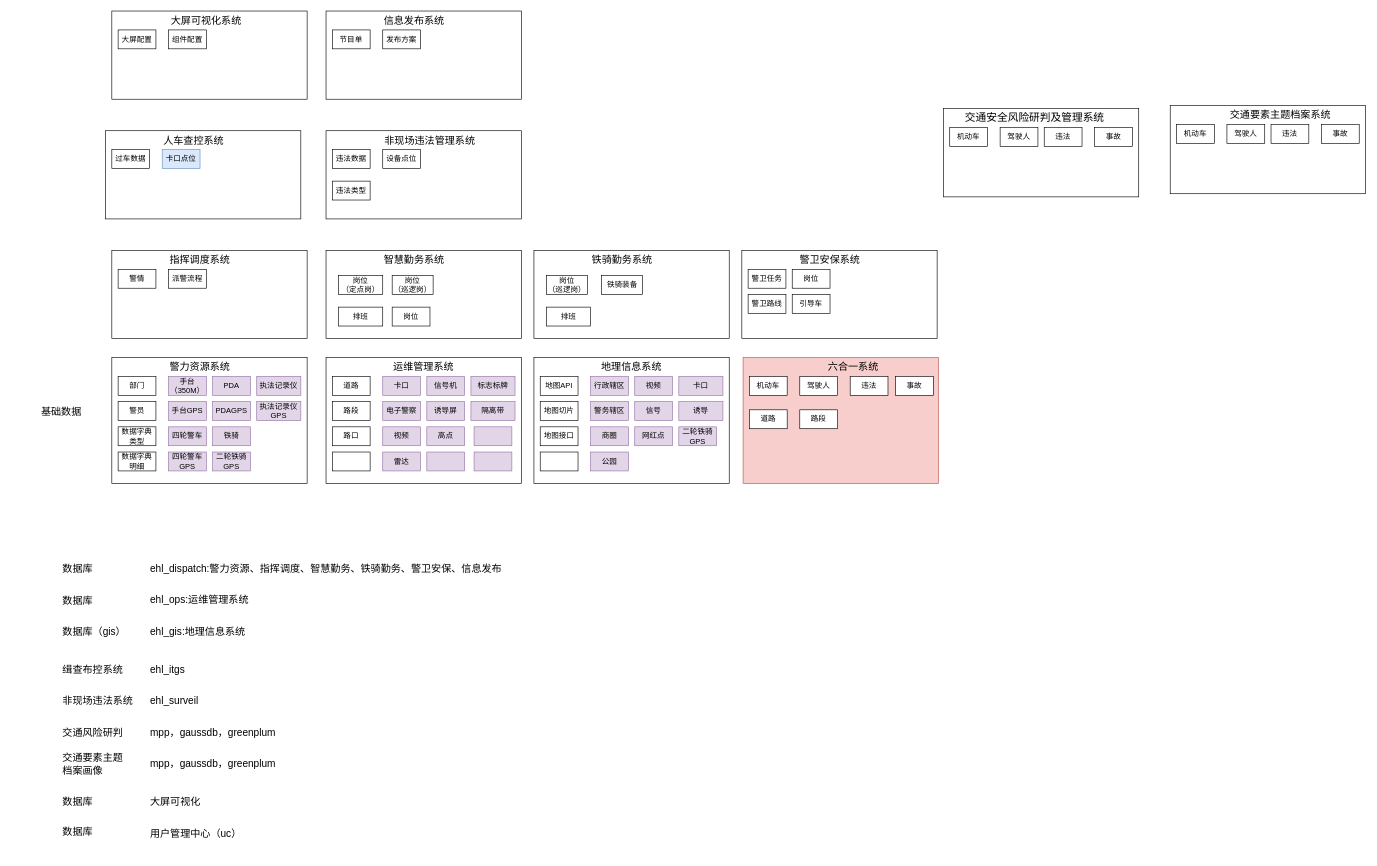
The draw.io diagram page "架构图" (2 of 3) of 未命名绘图.drawio in bj-ehualu/drawio, before the edit. Source tidied: cells renumbered, new cells numbered last; positions are measured from the earlier drawing's top-left corner, leaving out a move shared by most shapes. Both pictures are drawn from the tidied source at 63%, with x=0, y=0 at pixel (30, 11).
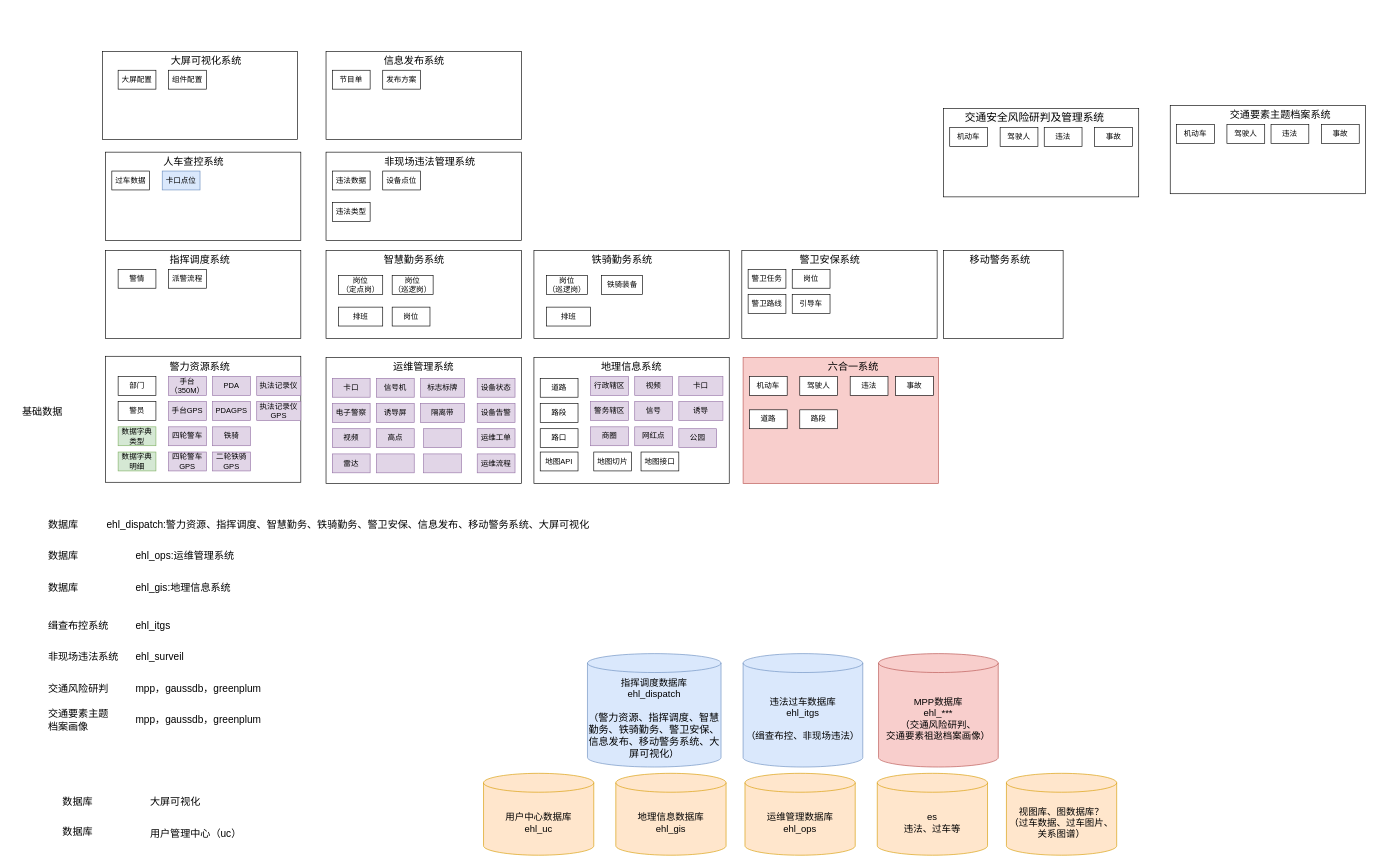
After the change.

What changed in the source:
```diff
@@
+    <mxCell id="41" style="rounded=0;whiteSpace=wrap;html=1;" parent="1" vertex="1">
+      <mxGeometry x="800" y="550" width="310" height="200" as="geometry" />
+    </mxCell>
     <mxCell id="2" style="rounded=0;whiteSpace=wrap;html=1;" parent="1" vertex="1">
-      <mxGeometry x="130" y="380" width="310" height="140" as="geometry" />
+      <mxGeometry x="120" y="380" width="310" height="140" as="geometry" />
     </mxCell>
@@
     <mxCell id="5" style="rounded=0;whiteSpace=wrap;html=1;" parent="1" vertex="1">
-      <mxGeometry x="130" y="550" width="310" height="200" as="geometry" />
+      <mxGeometry x="120" y="548" width="310" height="200" as="geometry" />
     </mxCell>
     <mxCell id="6" value="基础数据" style="text;html=1;align=center;verticalAlign=middle;whiteSpace=wrap;rounded=0;fontSize=16;" parent="1" vertex="1">
-      <mxGeometry y="620" width="100" height="30" as="geometry" />
+      <mxGeometry x="-30" y="620" width="100" height="30" as="geometry" />
     </mxCell>
@@
-    <mxCell id="22" value="数据字典&lt;div&gt;类型&lt;/div&gt;" style="rounded=0;whiteSpace=wrap;html=1;" parent="1" vertex="1">
+    <mxCell id="22" value="数据字典&lt;div&gt;类型&lt;/div&gt;" style="rounded=0;whiteSpace=wrap;html=1;fillColor=#d5e8d4;strokeColor=#82b366;" parent="1" vertex="1">
       <mxGeometry x="140" y="660" width="60" height="30" as="geometry" />
     </mxCell>
-    <mxCell id="23" value="数据字典&lt;div&gt;明细&lt;/div&gt;" style="rounded=0;whiteSpace=wrap;html=1;" parent="1" vertex="1">
+    <mxCell id="23" value="数据字典&lt;div&gt;明细&lt;/div&gt;" style="rounded=0;whiteSpace=wrap;html=1;fillColor=#d5e8d4;strokeColor=#82b366;" parent="1" vertex="1">
       <mxGeometry x="140" y="700" width="60" height="30" as="geometry" />
     </mxCell>
@@
     <mxCell id="25" value="道路" style="rounded=0;whiteSpace=wrap;html=1;" parent="1" vertex="1">
-      <mxGeometry x="480" y="580" width="60" height="30" as="geometry" />
+      <mxGeometry x="810" y="583" width="60" height="30" as="geometry" />
     </mxCell>
     <mxCell id="26" value="路段" style="rounded=0;whiteSpace=wrap;html=1;" parent="1" vertex="1">
-      <mxGeometry x="480" y="620" width="60" height="30" as="geometry" />
+      <mxGeometry x="810" y="623" width="60" height="30" as="geometry" />
     </mxCell>
     <mxCell id="27" value="卡口" style="rounded=0;whiteSpace=wrap;html=1;fillColor=#e1d5e7;strokeColor=#9673a6;" parent="1" vertex="1">
-      <mxGeometry x="560" y="580" width="60" height="30" as="geometry" />
+      <mxGeometry x="480" y="583" width="60" height="30" as="geometry" />
     </mxCell>
     <mxCell id="28" value="信号机" style="rounded=0;whiteSpace=wrap;html=1;fillColor=#e1d5e7;strokeColor=#9673a6;" parent="1" vertex="1">
-      <mxGeometry x="630" y="580" width="60" height="30" as="geometry" />
+      <mxGeometry x="550" y="583" width="60" height="30" as="geometry" />
     </mxCell>
     <mxCell id="29" value="标志标牌" style="rounded=0;whiteSpace=wrap;html=1;fillColor=#e1d5e7;strokeColor=#9673a6;" parent="1" vertex="1">
-      <mxGeometry x="700" y="580" width="70" height="30" as="geometry" />
+      <mxGeometry x="620" y="583" width="70" height="30" as="geometry" />
     </mxCell>
     <mxCell id="30" style="rounded=0;whiteSpace=wrap;html=1;fillColor=#e1d5e7;strokeColor=#9673a6;" parent="1" vertex="1">
-      <mxGeometry x="630" y="700" width="60" height="30" as="geometry" />
+      <mxGeometry x="550" y="703" width="60" height="30" as="geometry" />
     </mxCell>
     <mxCell id="31" value="雷达" style="rounded=0;whiteSpace=wrap;html=1;fillColor=#e1d5e7;strokeColor=#9673a6;" parent="1" vertex="1">
-      <mxGeometry x="560" y="700" width="60" height="30" as="geometry" />
+      <mxGeometry x="480" y="703" width="60" height="30" as="geometry" />
     </mxCell>
     <mxCell id="32" value="高点" style="rounded=0;whiteSpace=wrap;html=1;fillColor=#e1d5e7;strokeColor=#9673a6;" parent="1" vertex="1">
-      <mxGeometry x="630" y="660" width="60" height="30" as="geometry" />
+      <mxGeometry x="550" y="663" width="60" height="30" as="geometry" />
     </mxCell>
     <mxCell id="33" value="&lt;div&gt;视频&lt;/div&gt;" style="rounded=0;whiteSpace=wrap;html=1;fillColor=#e1d5e7;strokeColor=#9673a6;" parent="1" vertex="1">
-      <mxGeometry x="560" y="660" width="60" height="30" as="geometry" />
+      <mxGeometry x="480" y="663" width="60" height="30" as="geometry" />
     </mxCell>
     <mxCell id="34" value="&lt;div&gt;电子警察&lt;/div&gt;" style="rounded=0;whiteSpace=wrap;html=1;fillColor=#e1d5e7;strokeColor=#9673a6;" parent="1" vertex="1">
-      <mxGeometry x="560" y="620" width="60" height="30" as="geometry" />
+      <mxGeometry x="480" y="623" width="60" height="30" as="geometry" />
     </mxCell>
     <mxCell id="35" value="诱导屏" style="rounded=0;whiteSpace=wrap;html=1;fillColor=#e1d5e7;strokeColor=#9673a6;" parent="1" vertex="1">
-      <mxGeometry x="630" y="620" width="60" height="30" as="geometry" />
+      <mxGeometry x="550" y="623" width="60" height="30" as="geometry" />
     </mxCell>
     <mxCell id="36" value="隔离带" style="rounded=0;whiteSpace=wrap;html=1;fillColor=#e1d5e7;strokeColor=#9673a6;" parent="1" vertex="1">
-      <mxGeometry x="700" y="620" width="70" height="30" as="geometry" />
+      <mxGeometry x="620" y="623" width="70" height="30" as="geometry" />
     </mxCell>
     <mxCell id="37" value="路口" style="rounded=0;whiteSpace=wrap;html=1;" parent="1" vertex="1">
-      <mxGeometry x="480" y="660" width="60" height="30" as="geometry" />
+      <mxGeometry x="810" y="663" width="60" height="30" as="geometry" />
     </mxCell>
-    <mxCell id="38" style="rounded=0;whiteSpace=wrap;html=1;" parent="1" vertex="1">
-      <mxGeometry x="480" y="700" width="60" height="30" as="geometry" />
-    </mxCell>
@@
-    <mxCell id="41" style="rounded=0;whiteSpace=wrap;html=1;" parent="1" vertex="1">
-      <mxGeometry x="800" y="550" width="310" height="200" as="geometry" />
-    </mxCell>
     <mxCell id="42" value="地图API" style="rounded=0;whiteSpace=wrap;html=1;" parent="1" vertex="1">
-      <mxGeometry x="810" y="580" width="60" height="30" as="geometry" />
+      <mxGeometry x="810" y="700" width="60" height="30" as="geometry" />
     </mxCell>
     <mxCell id="43" value="地图切片" style="rounded=0;whiteSpace=wrap;html=1;" parent="1" vertex="1">
-      <mxGeometry x="810" y="620" width="60" height="30" as="geometry" />
+      <mxGeometry x="895" y="700" width="60" height="30" as="geometry" />
     </mxCell>
@@
-    <mxCell id="47" value="&lt;div&gt;&lt;span style=&quot;background-color: initial;&quot;&gt;二轮铁骑&lt;/span&gt;&lt;/div&gt;&lt;div&gt;GPS&lt;/div&gt;" style="rounded=0;whiteSpace=wrap;html=1;fillColor=#e1d5e7;strokeColor=#9673a6;" parent="1" vertex="1">
-      <mxGeometry x="1030" y="660" width="60" height="30" as="geometry" />
-    </mxCell>
     <mxCell id="48" value="公园" style="rounded=0;whiteSpace=wrap;html=1;fillColor=#e1d5e7;strokeColor=#9673a6;" parent="1" vertex="1">
-      <mxGeometry x="890" y="700" width="60" height="30" as="geometry" />
+      <mxGeometry x="1030" y="663" width="60" height="30" as="geometry" />
     </mxCell>
@@
     <mxCell id="54" value="地图接口" style="rounded=0;whiteSpace=wrap;html=1;" parent="1" vertex="1">
-      <mxGeometry x="810" y="660" width="60" height="30" as="geometry" />
+      <mxGeometry x="970" y="700" width="60" height="30" as="geometry" />
     </mxCell>
-    <mxCell id="55" style="rounded=0;whiteSpace=wrap;html=1;" parent="1" vertex="1">
-      <mxGeometry x="810" y="700" width="60" height="30" as="geometry" />
-    </mxCell>
@@
     <mxCell id="57" style="rounded=0;whiteSpace=wrap;html=1;fillColor=#e1d5e7;strokeColor=#9673a6;" parent="1" vertex="1">
-      <mxGeometry x="705" y="660" width="60" height="30" as="geometry" />
+      <mxGeometry x="625" y="663" width="60" height="30" as="geometry" />
     </mxCell>
     <mxCell id="58" style="rounded=0;whiteSpace=wrap;html=1;fillColor=#e1d5e7;strokeColor=#9673a6;" parent="1" vertex="1">
-      <mxGeometry x="705" y="700" width="60" height="30" as="geometry" />
+      <mxGeometry x="625" y="703" width="60" height="30" as="geometry" />
     </mxCell>
@@
     <mxCell id="67" style="rounded=0;whiteSpace=wrap;html=1;" parent="1" vertex="1">
-      <mxGeometry x="120" y="190" width="310" height="140" as="geometry" />
+      <mxGeometry x="120" y="224" width="310" height="140" as="geometry" />
     </mxCell>
     <mxCell id="68" value="人车查控系统" style="text;html=1;align=center;verticalAlign=middle;whiteSpace=wrap;rounded=0;fontSize=16;" parent="1" vertex="1">
-      <mxGeometry x="210" y="190" width="100" height="30" as="geometry" />
+      <mxGeometry x="210" y="224" width="100" height="30" as="geometry" />
     </mxCell>
     <mxCell id="69" value="过车数据" style="rounded=0;whiteSpace=wrap;html=1;" parent="1" vertex="1">
-      <mxGeometry x="130" y="220" width="60" height="30" as="geometry" />
+      <mxGeometry x="130" y="254" width="60" height="30" as="geometry" />
     </mxCell>
     <mxCell id="70" value="卡口点位" style="rounded=0;whiteSpace=wrap;html=1;fillColor=#dae8fc;strokeColor=#6c8ebf;" parent="1" vertex="1">
-      <mxGeometry x="210" y="220" width="60" height="30" as="geometry" />
+      <mxGeometry x="210" y="254" width="60" height="30" as="geometry" />
     </mxCell>
     <mxCell id="71" style="rounded=0;whiteSpace=wrap;html=1;" parent="1" vertex="1">
-      <mxGeometry x="470" y="190" width="310" height="140" as="geometry" />
+      <mxGeometry x="470" y="224" width="310" height="140" as="geometry" />
     </mxCell>
     <mxCell id="72" value="非现场违法管理系统" style="text;html=1;align=center;verticalAlign=middle;whiteSpace=wrap;rounded=0;fontSize=16;" parent="1" vertex="1">
-      <mxGeometry x="560" y="190" width="150" height="30" as="geometry" />
+      <mxGeometry x="560" y="224" width="150" height="30" as="geometry" />
     </mxCell>
     <mxCell id="73" value="违法数据" style="rounded=0;whiteSpace=wrap;html=1;" parent="1" vertex="1">
-      <mxGeometry x="480" y="220" width="60" height="30" as="geometry" />
+      <mxGeometry x="480" y="254" width="60" height="30" as="geometry" />
     </mxCell>
     <mxCell id="74" value="设备点位" style="rounded=0;whiteSpace=wrap;html=1;" parent="1" vertex="1">
-      <mxGeometry x="560" y="220" width="60" height="30" as="geometry" />
+      <mxGeometry x="560" y="254" width="60" height="30" as="geometry" />
     </mxCell>
@@
     <mxCell id="79" value="违法类型" style="rounded=0;whiteSpace=wrap;html=1;" parent="1" vertex="1">
-      <mxGeometry x="480" y="270" width="60" height="30" as="geometry" />
+      <mxGeometry x="480" y="304" width="60" height="30" as="geometry" />
     </mxCell>
@@
     <mxCell id="103" value="数据库" style="text;html=1;align=left;verticalAlign=middle;whiteSpace=wrap;rounded=0;fontSize=16;" parent="1" vertex="1">
-      <mxGeometry x="50" y="870" width="100" height="30" as="geometry" />
+      <mxGeometry x="27" y="800" width="100" height="30" as="geometry" />
     </mxCell>
-    <mxCell id="104" value="ehl_dispatch:警力资源、指挥调度、智慧勤务、铁骑勤务、警卫安保、信息发布" style="text;html=1;align=left;verticalAlign=middle;whiteSpace=wrap;rounded=0;fontSize=16;" parent="1" vertex="1">
-      <mxGeometry x="189" y="870" width="614" height="30" as="geometry" />
+    <mxCell id="104" value="ehl_dispatch:警力资源、指挥调度、智慧勤务、铁骑勤务、警卫安保、信息发布、移动警务系统、大屏可视化" style="text;html=1;align=left;verticalAlign=middle;whiteSpace=wrap;rounded=0;fontSize=16;" parent="1" vertex="1">
+      <mxGeometry x="120" y="800" width="910" height="30" as="geometry" />
     </mxCell>
     <mxCell id="105" value="ehl_ops:运维管理系统" style="text;html=1;align=left;verticalAlign=middle;whiteSpace=wrap;rounded=0;fontSize=16;" parent="1" vertex="1">
-      <mxGeometry x="189" y="919" width="460" height="30" as="geometry" />
+      <mxGeometry x="166" y="849" width="460" height="30" as="geometry" />
     </mxCell>
     <mxCell id="106" value="数据库" style="text;html=1;align=left;verticalAlign=middle;whiteSpace=wrap;rounded=0;fontSize=16;" parent="1" vertex="1">
-      <mxGeometry x="50" y="920" width="100" height="30" as="geometry" />
+      <mxGeometry x="27" y="850" width="100" height="30" as="geometry" />
     </mxCell>
     <mxCell id="107" value="ehl_gis:地理信息系统" style="text;html=1;align=left;verticalAlign=middle;whiteSpace=wrap;rounded=0;fontSize=16;" parent="1" vertex="1">
-      <mxGeometry x="189" y="970" width="460" height="30" as="geometry" />
+      <mxGeometry x="166" y="900" width="460" height="30" as="geometry" />
     </mxCell>
-    <mxCell id="108" value="数据库（gis）" style="text;html=1;align=left;verticalAlign=middle;whiteSpace=wrap;rounded=0;fontSize=16;" parent="1" vertex="1">
-      <mxGeometry x="50" y="970" width="100" height="30" as="geometry" />
+    <mxCell id="108" value="数据库" style="text;html=1;align=left;verticalAlign=middle;whiteSpace=wrap;rounded=0;fontSize=16;" parent="1" vertex="1">
+      <mxGeometry x="27" y="900" width="100" height="30" as="geometry" />
     </mxCell>
     <mxCell id="109" value="缉查布控系统" style="text;html=1;align=left;verticalAlign=middle;whiteSpace=wrap;rounded=0;fontSize=16;" parent="1" vertex="1">
-      <mxGeometry x="50" y="1030" width="100" height="30" as="geometry" />
+      <mxGeometry x="27" y="960" width="100" height="30" as="geometry" />
     </mxCell>
     <mxCell id="110" value="非现场违法系统" style="text;html=1;align=left;verticalAlign=middle;whiteSpace=wrap;rounded=0;fontSize=16;" parent="1" vertex="1">
-      <mxGeometry x="50" y="1080" width="120" height="30" as="geometry" />
+      <mxGeometry x="27" y="1010" width="120" height="30" as="geometry" />
     </mxCell>
     <mxCell id="111" value="交通风险研判" style="text;html=1;align=left;verticalAlign=middle;whiteSpace=wrap;rounded=0;fontSize=16;" parent="1" vertex="1">
-      <mxGeometry x="50" y="1130" width="100" height="30" as="geometry" />
+      <mxGeometry x="27" y="1060" width="100" height="30" as="geometry" />
     </mxCell>
     <mxCell id="112" value="交通要素主题档案画像" style="text;html=1;align=left;verticalAlign=middle;whiteSpace=wrap;rounded=0;fontSize=16;" parent="1" vertex="1">
-      <mxGeometry x="50" y="1180" width="100" height="30" as="geometry" />
+      <mxGeometry x="27" y="1110" width="100" height="30" as="geometry" />
     </mxCell>
     <mxCell id="113" value="mpp，gaussdb，greenplum" style="text;html=1;align=left;verticalAlign=middle;whiteSpace=wrap;rounded=0;fontSize=16;" parent="1" vertex="1">
-      <mxGeometry x="189" y="1180" width="460" height="30" as="geometry" />
+      <mxGeometry x="166" y="1110" width="460" height="30" as="geometry" />
     </mxCell>
     <mxCell id="114" value="mpp，gaussdb，greenplum" style="text;html=1;align=left;verticalAlign=middle;whiteSpace=wrap;rounded=0;fontSize=16;" parent="1" vertex="1">
-      <mxGeometry x="189" y="1130" width="460" height="30" as="geometry" />
+      <mxGeometry x="166" y="1060" width="460" height="30" as="geometry" />
     </mxCell>
     <mxCell id="115" value="ehl_surveil" style="text;html=1;align=left;verticalAlign=middle;whiteSpace=wrap;rounded=0;fontSize=16;" parent="1" vertex="1">
-      <mxGeometry x="189" y="1080" width="460" height="30" as="geometry" />
+      <mxGeometry x="166" y="1010" width="460" height="30" as="geometry" />
     </mxCell>
     <mxCell id="116" value="ehl_itgs" style="text;html=1;align=left;verticalAlign=middle;whiteSpace=wrap;rounded=0;fontSize=16;" parent="1" vertex="1">
-      <mxGeometry x="189" y="1030" width="460" height="30" as="geometry" />
+      <mxGeometry x="166" y="960" width="460" height="30" as="geometry" />
     </mxCell>
@@
     <mxCell id="121" style="rounded=0;whiteSpace=wrap;html=1;" parent="1" vertex="1">
-      <mxGeometry x="130" width="310" height="140" as="geometry" />
+      <mxGeometry x="115" y="64" width="310" height="140" as="geometry" />
     </mxCell>
     <mxCell id="122" value="大屏可视化系统" style="text;html=1;align=center;verticalAlign=middle;whiteSpace=wrap;rounded=0;fontSize=16;" parent="1" vertex="1">
-      <mxGeometry x="220" width="120" height="30" as="geometry" />
+      <mxGeometry x="220" y="64" width="120" height="30" as="geometry" />
     </mxCell>
     <mxCell id="123" value="大屏配置" style="rounded=0;whiteSpace=wrap;html=1;" parent="1" vertex="1">
-      <mxGeometry x="140" y="30" width="60" height="30" as="geometry" />
+      <mxGeometry x="140" y="94" width="60" height="30" as="geometry" />
     </mxCell>
     <mxCell id="124" value="组件配置" style="rounded=0;whiteSpace=wrap;html=1;" parent="1" vertex="1">
-      <mxGeometry x="220" y="30" width="60" height="30" as="geometry" />
+      <mxGeometry x="220" y="94" width="60" height="30" as="geometry" />
     </mxCell>
     <mxCell id="125" style="rounded=0;whiteSpace=wrap;html=1;" parent="1" vertex="1">
-      <mxGeometry x="470" width="310" height="140" as="geometry" />
+      <mxGeometry x="470" y="64" width="310" height="140" as="geometry" />
     </mxCell>
     <mxCell id="126" value="信息发布系统" style="text;html=1;align=center;verticalAlign=middle;whiteSpace=wrap;rounded=0;fontSize=16;" parent="1" vertex="1">
-      <mxGeometry x="560" width="100" height="30" as="geometry" />
+      <mxGeometry x="560" y="64" width="100" height="30" as="geometry" />
     </mxCell>
     <mxCell id="127" value="节目单" style="rounded=0;whiteSpace=wrap;html=1;" parent="1" vertex="1">
-      <mxGeometry x="480" y="30" width="60" height="30" as="geometry" />
+      <mxGeometry x="480" y="94" width="60" height="30" as="geometry" />
     </mxCell>
     <mxCell id="128" value="发布方案" style="rounded=0;whiteSpace=wrap;html=1;" parent="1" vertex="1">
-      <mxGeometry x="560" y="30" width="60" height="30" as="geometry" />
+      <mxGeometry x="560" y="94" width="60" height="30" as="geometry" />
     </mxCell>
+    <mxCell id="129" style="rounded=0;whiteSpace=wrap;html=1;" parent="1" vertex="1">
+      <mxGeometry x="1450" y="380" width="190" height="140" as="geometry" />
+    </mxCell>
+    <mxCell id="130" value="移动警务系统" style="text;html=1;align=center;verticalAlign=middle;whiteSpace=wrap;rounded=0;fontSize=16;" parent="1" vertex="1">
+      <mxGeometry x="1490" y="380" width="100" height="30" as="geometry" />
+    </mxCell>
+    <mxCell id="131" value="指挥调度数据库&lt;div style=&quot;font-size: 15px;&quot;&gt;ehl_dispatch&lt;/div&gt;&lt;div style=&quot;font-size: 15px;&quot;&gt;&lt;br&gt;&lt;/div&gt;&lt;div style=&quot;font-size: 15px;&quot;&gt;（&lt;span style=&quot;font-size: 16px; text-align: left; background-color: initial;&quot;&gt;警力资源、指挥调度、智慧勤务、铁骑勤务、警卫安保、信息发布、移动警务系统、大屏可视化&lt;/span&gt;&lt;span style=&quot;background-color: initial;&quot;&gt;）&lt;/span&gt;&lt;/div&gt;" style="shape=cylinder3;whiteSpace=wrap;html=1;boundedLbl=1;backgroundOutline=1;size=15;fontSize=15;fillColor=#dae8fc;strokeColor=#6c8ebf;" parent="1" vertex="1">
+      <mxGeometry x="885" y="1020" width="212" height="180" as="geometry" />
+    </mxCell>
+    <mxCell id="132" value="运维管理数据库&lt;div&gt;ehl_ops&lt;/div&gt;" style="shape=cylinder3;whiteSpace=wrap;html=1;boundedLbl=1;backgroundOutline=1;size=15;fontSize=15;fillColor=#ffe6cc;strokeColor=#d79b00;" parent="1" vertex="1">
+      <mxGeometry x="1135" y="1210" width="175" height="130" as="geometry" />
+    </mxCell>
+    <mxCell id="133" value="违法过车数据库&lt;div&gt;ehl_itgs&lt;/div&gt;&lt;div&gt;&lt;br&gt;&lt;div&gt;（缉查布控、非现场违法）&lt;/div&gt;&lt;/div&gt;" style="shape=cylinder3;whiteSpace=wrap;html=1;boundedLbl=1;backgroundOutline=1;size=15;fontSize=15;fillColor=#dae8fc;strokeColor=#6c8ebf;" parent="1" vertex="1">
+      <mxGeometry x="1132" y="1020" width="190" height="180" as="geometry" />
+    </mxCell>
+    <mxCell id="134" value="&lt;div&gt;MPP数据库&lt;/div&gt;&lt;div&gt;ehl_***&lt;/div&gt;&lt;div&gt;（交通风险研判、&lt;/div&gt;&lt;div&gt;交通要素祖逖档案画像）&lt;/div&gt;" style="shape=cylinder3;whiteSpace=wrap;html=1;boundedLbl=1;backgroundOutline=1;size=15;fontSize=15;fillColor=#f8cecc;strokeColor=#b85450;" parent="1" vertex="1">
+      <mxGeometry x="1347" y="1020" width="190" height="180" as="geometry" />
+    </mxCell>
+    <mxCell id="135" value="用户中心数据库&lt;div&gt;ehl_uc&lt;/div&gt;" style="shape=cylinder3;whiteSpace=wrap;html=1;boundedLbl=1;backgroundOutline=1;size=15;fontSize=15;fillColor=#ffe6cc;strokeColor=#d79b00;" parent="1" vertex="1">
+      <mxGeometry x="720" y="1210" width="175" height="130" as="geometry" />
+    </mxCell>
+    <mxCell id="136" value="地理信息数据库&lt;div&gt;ehl_gis&lt;/div&gt;" style="shape=cylinder3;whiteSpace=wrap;html=1;boundedLbl=1;backgroundOutline=1;size=15;fontSize=15;fillColor=#ffe6cc;strokeColor=#d79b00;" parent="1" vertex="1">
+      <mxGeometry x="930" y="1210" width="175" height="130" as="geometry" />
+    </mxCell>
+    <mxCell id="137" value="es&lt;div&gt;违法、过车等&lt;/div&gt;" style="shape=cylinder3;whiteSpace=wrap;html=1;boundedLbl=1;backgroundOutline=1;size=15;fontSize=15;fillColor=#ffe6cc;strokeColor=#d79b00;" parent="1" vertex="1">
+      <mxGeometry x="1345" y="1210" width="175" height="130" as="geometry" />
+    </mxCell>
+    <mxCell id="138" value="运维工单" style="rounded=0;whiteSpace=wrap;html=1;fillColor=#e1d5e7;strokeColor=#9673a6;" parent="1" vertex="1">
+      <mxGeometry x="710" y="663" width="60" height="30" as="geometry" />
+    </mxCell>
+    <mxCell id="139" value="运维流程" style="rounded=0;whiteSpace=wrap;html=1;fillColor=#e1d5e7;strokeColor=#9673a6;" parent="1" vertex="1">
+      <mxGeometry x="710" y="703" width="60" height="30" as="geometry" />
+    </mxCell>
+    <mxCell id="140" value="设备状态" style="rounded=0;whiteSpace=wrap;html=1;fillColor=#e1d5e7;strokeColor=#9673a6;" parent="1" vertex="1">
+      <mxGeometry x="710" y="583" width="60" height="30" as="geometry" />
+    </mxCell>
+    <mxCell id="141" value="设备告警" style="rounded=0;whiteSpace=wrap;html=1;fillColor=#e1d5e7;strokeColor=#9673a6;" parent="1" vertex="1">
+      <mxGeometry x="710" y="623" width="60" height="30" as="geometry" />
+    </mxCell>
+    <mxCell id="142" value="视图库、图数据库？&lt;div&gt;（过车数据、过车图片、关系图谱）&lt;/div&gt;" style="shape=cylinder3;whiteSpace=wrap;html=1;boundedLbl=1;backgroundOutline=1;size=15;fontSize=15;fillColor=#ffe6cc;strokeColor=#d79b00;" parent="1" vertex="1">
+      <mxGeometry x="1550" y="1210" width="175" height="130" as="geometry" />
+    </mxCell>
```
